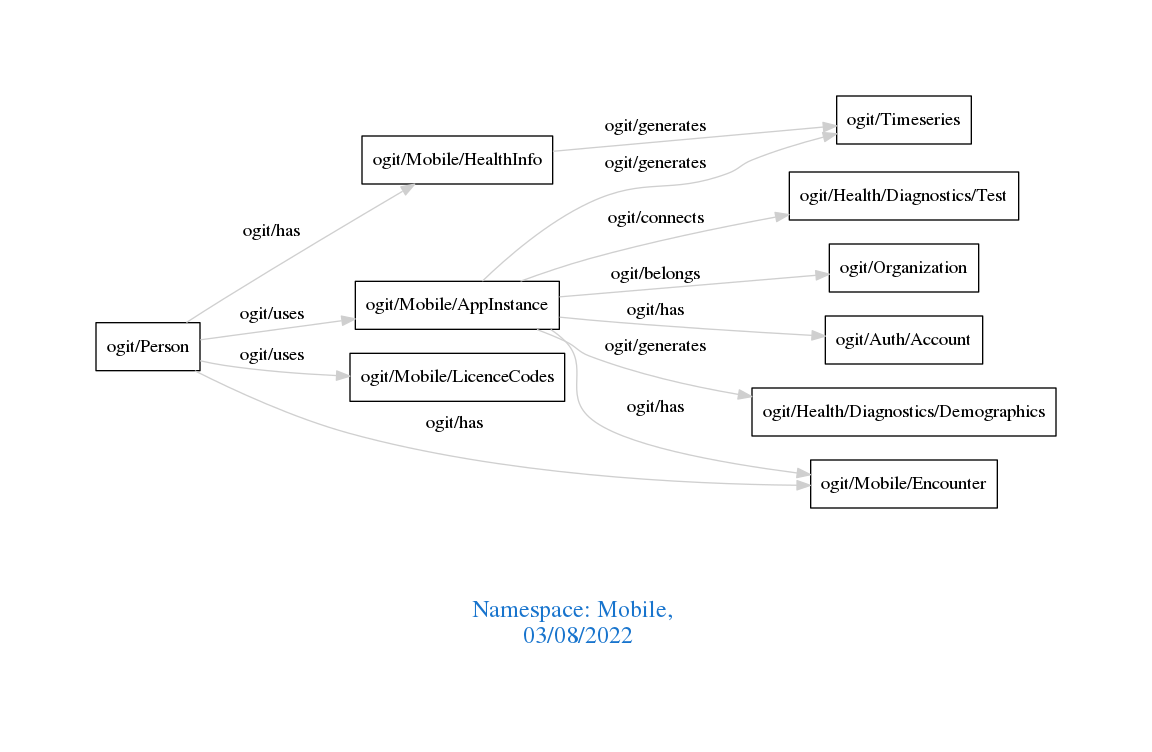
arago/OGIT keeps this Graphviz diagram as downloads/Mobile.png. Above is the earlier version. Its source is kept beside it as downloads/Mobile.dot.
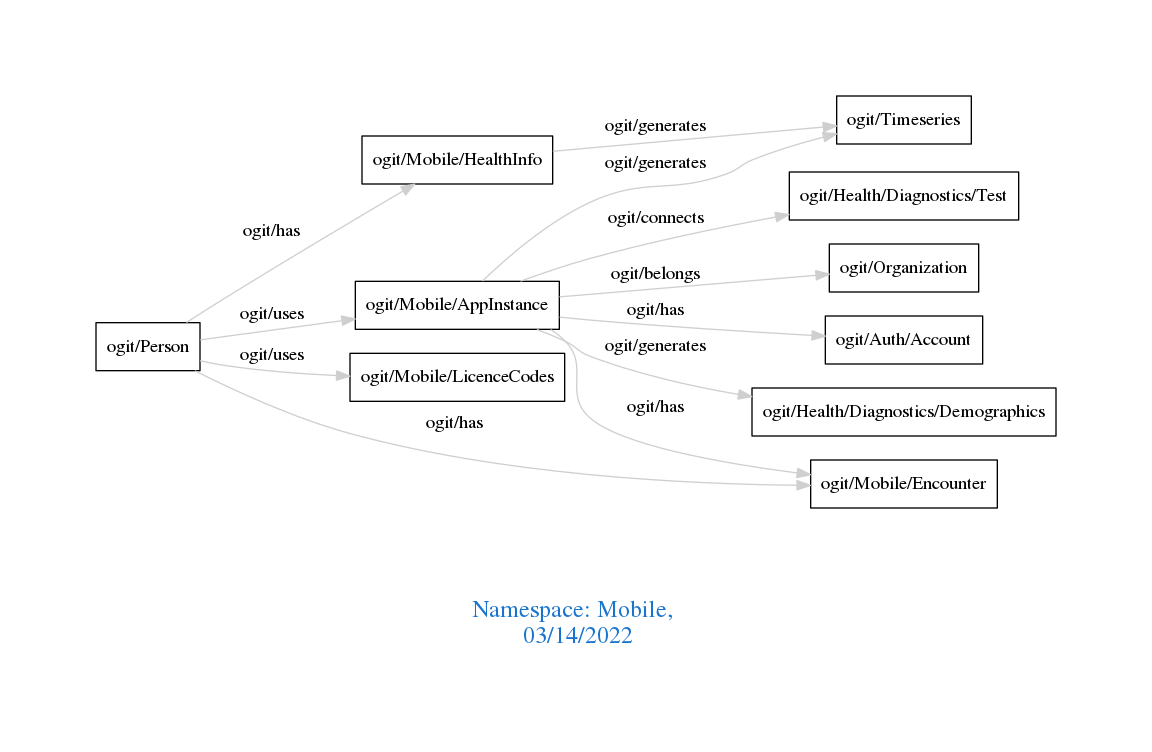
Above is the later version.

The edit, as a diff of the source:
```diff
@@ -1,7 +1,7 @@
 digraph OGIT_ontology {
  graph [ rankdir= LR,pad=1
 fontsize = 18,
-fontcolor= dodgerblue3,label = "\n\n\nNamespace: Mobile, \n 03/08/2022"];
+fontcolor= dodgerblue3,label = "\n\n\nNamespace: Mobile, \n 03/14/2022"];
 node[shape=polygon];
 edge [  color="gray81"];
 
```
